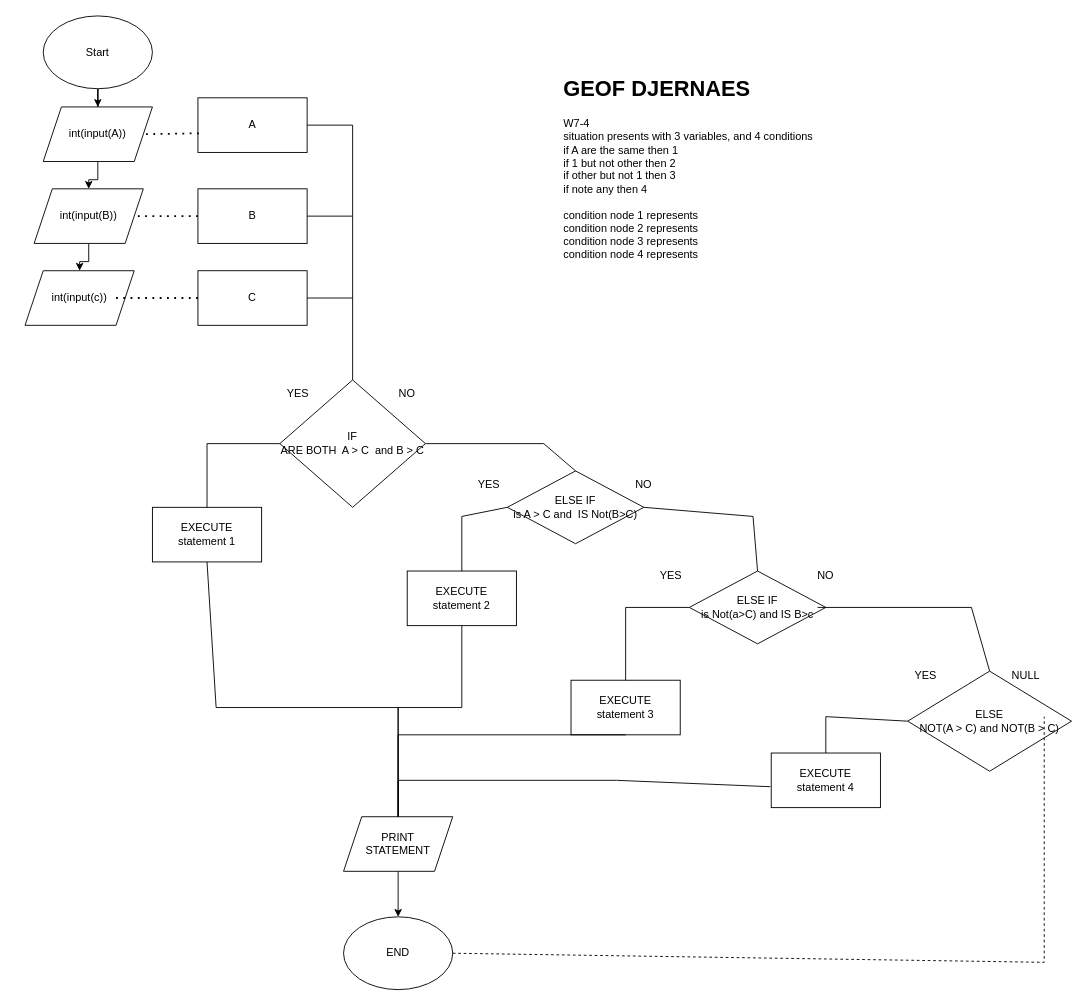
Transtirlant/student---csv11 keeps this draw.io diagram as w7-4.drawio. Above is the earlier version. Source tidied: cells renumbered, new cells numbered last; positions are measured from the earlier drawing's top-left corner, leaving out a move shared by most shapes. Both pictures are drawn from the tidied source at 91%, with x=0, y=0 at pixel (25, 15).
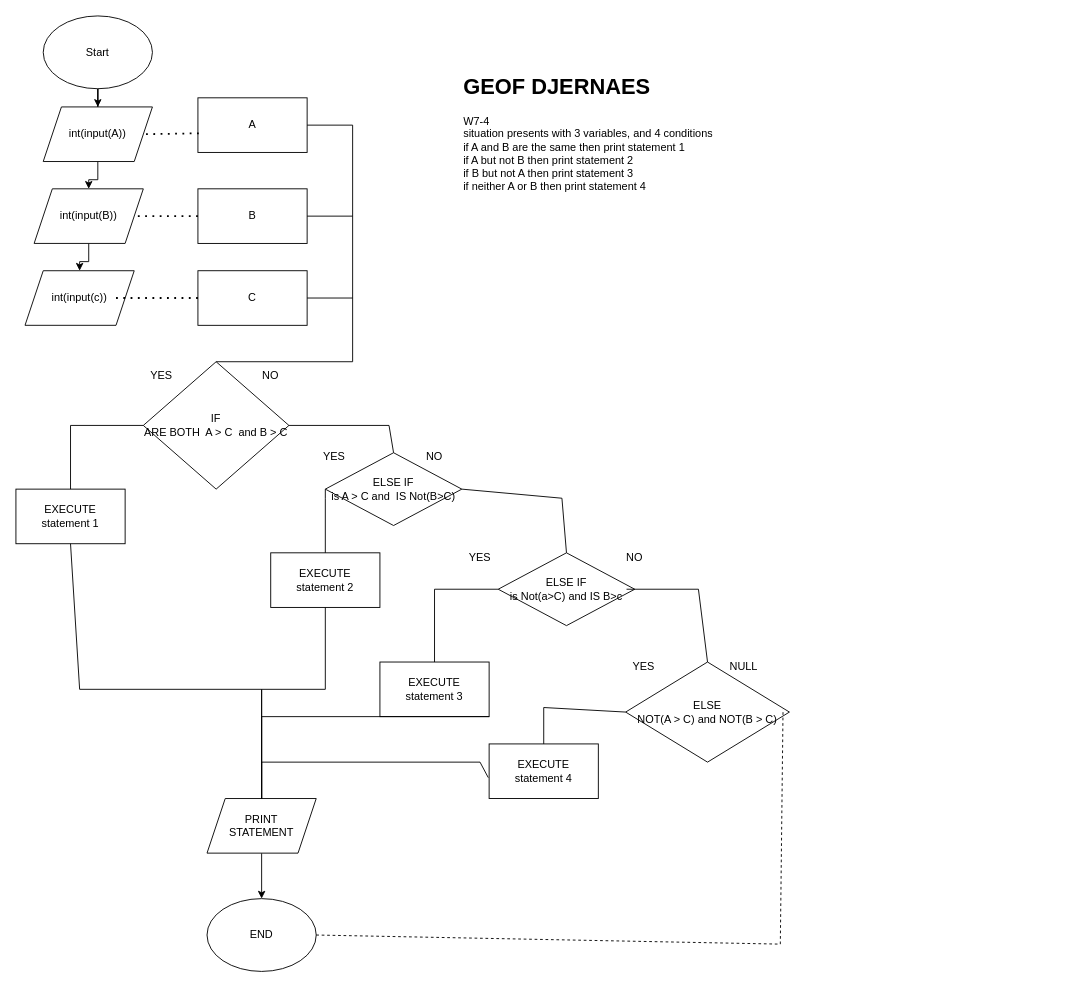
The same page after the edit.

Unchanged cells that the change refers to:
```xml
<mxCell id="14" value="A" style="rounded=0;whiteSpace=wrap;html=1;" parent="1" vertex="1">
  <mxGeometry x="190" y="90" width="120" height="60" as="geometry" />
</mxCell>
```

Diff of the diagram source:
```diff
@@
     <mxCell id="4" value="END" style="ellipse;whiteSpace=wrap;html=1;" parent="1" vertex="1">
-      <mxGeometry x="350" y="990" width="120" height="80" as="geometry" />
+      <mxGeometry x="200" y="970" width="120" height="80" as="geometry" />
     </mxCell>
     <mxCell id="5" value="&lt;div&gt;&lt;span style=&quot;background-color: transparent; color: light-dark(rgb(0, 0, 0), rgb(255, 255, 255));&quot;&gt;IF&lt;/span&gt;&lt;/div&gt;&lt;div&gt;&lt;span style=&quot;background-color: transparent; color: light-dark(rgb(0, 0, 0), rgb(255, 255, 255));&quot;&gt;ARE BOTH&amp;nbsp; A &amp;gt; C&amp;nbsp; and B &amp;gt; C&lt;/span&gt;&lt;/div&gt;" style="rhombus;whiteSpace=wrap;html=1;" parent="1" vertex="1">
-      <mxGeometry x="280" y="400" width="160" height="140" as="geometry" />
+      <mxGeometry x="130" y="380" width="160" height="140" as="geometry" />
     </mxCell>
     <mxCell id="6" value="&lt;div&gt;EXECUTE&lt;/div&gt;statement 3" style="rounded=0;whiteSpace=wrap;html=1;" parent="1" vertex="1">
-      <mxGeometry x="600" y="730" width="120" height="60" as="geometry" />
+      <mxGeometry x="390" y="710" width="120" height="60" as="geometry" />
     </mxCell>
     <mxCell id="7" value="&lt;div&gt;EXECUTE&lt;/div&gt;statement 2" style="rounded=0;whiteSpace=wrap;html=1;" parent="1" vertex="1">
-      <mxGeometry x="420" y="610" width="120" height="60" as="geometry" />
+      <mxGeometry x="270" y="590" width="120" height="60" as="geometry" />
     </mxCell>
     <mxCell id="8" value="&lt;div&gt;EXECUTE&lt;/div&gt;statement 1" style="rounded=0;whiteSpace=wrap;html=1;" parent="1" vertex="1">
-      <mxGeometry x="140" y="540" width="120" height="60" as="geometry" />
+      <mxGeometry x="-10" y="520" width="120" height="60" as="geometry" />
     </mxCell>
     <mxCell id="9" value="&lt;div&gt;EXECUTE&lt;/div&gt;statement 4" style="rounded=0;whiteSpace=wrap;html=1;" parent="1" vertex="1">
-      <mxGeometry x="820" y="810" width="120" height="60" as="geometry" />
+      <mxGeometry x="510" y="800" width="120" height="60" as="geometry" />
     </mxCell>
     <mxCell id="10" value="&lt;div&gt;ELSE IF&lt;/div&gt;is A &amp;gt; C and&amp;nbsp; IS Not(B&amp;gt;C)" style="rhombus;whiteSpace=wrap;html=1;" parent="1" vertex="1">
-      <mxGeometry x="530" y="500" width="150" height="80" as="geometry" />
+      <mxGeometry x="330" y="480" width="150" height="80" as="geometry" />
     </mxCell>
     <mxCell id="11" value="&lt;div&gt;ELSE IF&lt;/div&gt;is Not(a&amp;gt;C) and IS B&amp;gt;c" style="rhombus;whiteSpace=wrap;html=1;" parent="1" vertex="1">
-      <mxGeometry x="730" y="610" width="150" height="80" as="geometry" />
+      <mxGeometry x="520" y="590" width="150" height="80" as="geometry" />
     </mxCell>
     <mxCell id="12" value="&lt;div&gt;ELSE&lt;/div&gt;NOT(A &amp;gt; C) and NOT(B &amp;gt; C)" style="rhombus;whiteSpace=wrap;html=1;" parent="1" vertex="1">
-      <mxGeometry x="970" y="720" width="180" height="110" as="geometry" />
+      <mxGeometry x="660" y="710" width="180" height="110" as="geometry" />
     </mxCell>
@@
     <mxCell id="19" value="YES" style="text;html=1;align=center;verticalAlign=middle;whiteSpace=wrap;rounded=0;" parent="1" vertex="1">
-      <mxGeometry x="270" y="400" width="60" height="30" as="geometry" />
+      <mxGeometry x="120" y="380" width="60" height="30" as="geometry" />
     </mxCell>
     <mxCell id="20" value="NO" style="text;html=1;align=center;verticalAlign=middle;whiteSpace=wrap;rounded=0;" parent="1" vertex="1">
-      <mxGeometry x="390" y="400" width="60" height="30" as="geometry" />
+      <mxGeometry x="240" y="380" width="60" height="30" as="geometry" />
     </mxCell>
     <mxCell id="21" value="YES" style="text;html=1;align=center;verticalAlign=middle;whiteSpace=wrap;rounded=0;" parent="1" vertex="1">
-      <mxGeometry x="480" y="500" width="60" height="30" as="geometry" />
+      <mxGeometry x="310" y="470" width="60" height="30" as="geometry" />
     </mxCell>
     <mxCell id="22" value="NO" style="text;html=1;align=center;verticalAlign=middle;whiteSpace=wrap;rounded=0;" parent="1" vertex="1">
-      <mxGeometry x="650" y="500" width="60" height="30" as="geometry" />
+      <mxGeometry x="420" y="470" width="60" height="30" as="geometry" />
     </mxCell>
     <mxCell id="23" value="YES" style="text;html=1;align=center;verticalAlign=middle;whiteSpace=wrap;rounded=0;" parent="1" vertex="1">
-      <mxGeometry x="680" y="600" width="60" height="30" as="geometry" />
+      <mxGeometry x="470" y="580" width="60" height="30" as="geometry" />
     </mxCell>
     <mxCell id="24" value="NO" style="text;html=1;align=center;verticalAlign=middle;whiteSpace=wrap;rounded=0;" parent="1" vertex="1">
-      <mxGeometry x="850" y="600" width="60" height="30" as="geometry" />
+      <mxGeometry x="640" y="580" width="60" height="30" as="geometry" />
     </mxCell>
     <mxCell id="25" value="YES" style="text;html=1;align=center;verticalAlign=middle;whiteSpace=wrap;rounded=0;" parent="1" vertex="1">
-      <mxGeometry x="960" y="710" width="60" height="30" as="geometry" />
+      <mxGeometry x="650" y="700" width="60" height="30" as="geometry" />
     </mxCell>
     <mxCell id="26" value="NULL" style="text;html=1;align=center;verticalAlign=middle;whiteSpace=wrap;rounded=0;" parent="1" vertex="1">
-      <mxGeometry x="1070" y="710" width="60" height="30" as="geometry" />
+      <mxGeometry x="760" y="700" width="60" height="30" as="geometry" />
     </mxCell>
     <mxCell id="27" style="endArrow=none;html=1;rounded=0;entryX=0;entryY=0.5;entryDx=0;entryDy=0;exitX=0.5;exitY=0;exitDx=0;exitDy=0;" parent="1" edge="1" source="8" target="5">
       <mxGeometry relative="1" as="geometry">
         <Array as="points">
-          <mxPoint x="200" y="470" />
+          <mxPoint x="50" y="450" />
         </Array>
       </mxGeometry>
     </mxCell>
     <mxCell id="28" style="endArrow=none;html=1;rounded=0;exitX=0.5;exitY=0;exitDx=0;exitDy=0;entryX=0;entryY=0.5;entryDx=0;entryDy=0;" parent="1" edge="1" source="7" target="10">
       <mxGeometry relative="1" as="geometry">
         <Array as="points">
-          <mxPoint x="480" y="550" />
+          <mxPoint x="330" y="530" />
         </Array>
       </mxGeometry>
     </mxCell>
     <mxCell id="29" style="endArrow=none;html=1;rounded=0;entryX=0;entryY=0.5;entryDx=0;entryDy=0;exitX=0.5;exitY=0;exitDx=0;exitDy=0;" parent="1" edge="1" source="6" target="11">
       <mxGeometry relative="1" as="geometry">
         <Array as="points">
-          <mxPoint x="660" y="650" />
+          <mxPoint x="450" y="630" />
         </Array>
       </mxGeometry>
     </mxCell>
     <mxCell id="30" style="endArrow=none;html=1;rounded=0;entryX=0;entryY=0.5;entryDx=0;entryDy=0;exitX=0.5;exitY=0;exitDx=0;exitDy=0;" parent="1" edge="1" source="9" target="12">
       <mxGeometry relative="1" as="geometry">
         <Array as="points">
-          <mxPoint x="880" y="770" />
+          <mxPoint x="570" y="760" />
         </Array>
       </mxGeometry>
     </mxCell>
     <mxCell id="31" style="endArrow=none;html=1;rounded=0;exitX=0.5;exitY=0;exitDx=0;exitDy=0;entryX=0.5;entryY=0;entryDx=0;entryDy=0;" parent="1" edge="1" target="10">
       <mxGeometry relative="1" as="geometry">
-        <mxPoint x="440" y="470" as="sourcePoint" />
+        <mxPoint x="290" y="450" as="sourcePoint" />
         <Array as="points">
-          <mxPoint x="570" y="470" />
+          <mxPoint x="400" y="450" />
         </Array>
       </mxGeometry>
     </mxCell>
     <mxCell id="32" style="endArrow=none;html=1;rounded=0;entryX=0.5;entryY=0;entryDx=0;entryDy=0;exitX=1;exitY=0.5;exitDx=0;exitDy=0;" parent="1" edge="1" source="10" target="11">
       <mxGeometry relative="1" as="geometry">
         <Array as="points">
-          <mxPoint x="800" y="550" />
+          <mxPoint x="590" y="530" />
         </Array>
       </mxGeometry>
     </mxCell>
     <mxCell id="33" style="endArrow=none;html=1;rounded=0;entryX=0.5;entryY=0;entryDx=0;entryDy=0;exitX=0.94;exitY=0.5;exitDx=0;exitDy=0;exitPerimeter=0;" parent="1" edge="1" source="11" target="12">
       <mxGeometry relative="1" as="geometry">
         <Array as="points">
-          <mxPoint x="1040" y="650" />
+          <mxPoint x="740" y="630" />
         </Array>
       </mxGeometry>
     </mxCell>
@@
-    <mxCell id="36" style="endArrow=none;dashed=1;html=1;rounded=0;exitX=1;exitY=0.5;exitDx=0;exitDy=0;" parent="1" edge="1" source="4">
+    <mxCell id="36" style="endArrow=none;dashed=1;html=1;rounded=0;exitX=1;exitY=0.5;exitDx=0;exitDy=0;entryX=0.961;entryY=0.473;entryDx=0;entryDy=0;entryPerimeter=0;" parent="1" edge="1" source="4" target="12">
       <mxGeometry relative="1" as="geometry">
-        <mxPoint x="1120" y="770" as="targetPoint" />
         <Array as="points">
-          <mxPoint x="1120" y="1040" />
+          <mxPoint x="830" y="1020" />
         </Array>
       </mxGeometry>
     </mxCell>
@@
     <mxCell id="38" value="PRINT&lt;div&gt;STATEMENT&lt;/div&gt;" style="shape=parallelogram;perimeter=parallelogramPerimeter;whiteSpace=wrap;html=1;fixedSize=1;" parent="1" vertex="1">
-      <mxGeometry x="350" y="880" width="120" height="60" as="geometry" />
+      <mxGeometry x="200" y="860" width="120" height="60" as="geometry" />
     </mxCell>
     <mxCell id="39" style="endArrow=none;html=1;rounded=0;entryX=0.5;entryY=1;entryDx=0;entryDy=0;exitX=0.5;exitY=0;exitDx=0;exitDy=0;" parent="1" edge="1" source="38" target="8">
       <mxGeometry relative="1" as="geometry">
         <Array as="points">
-          <mxPoint x="410" y="760" />
-          <mxPoint x="210" y="760" />
+          <mxPoint x="260" y="740" />
+          <mxPoint x="60" y="740" />
         </Array>
       </mxGeometry>
     </mxCell>
     <mxCell id="40" style="endArrow=none;html=1;rounded=0;entryX=0.5;entryY=1;entryDx=0;entryDy=0;exitX=0.5;exitY=0;exitDx=0;exitDy=0;" parent="1" edge="1" source="38" target="7">
       <mxGeometry relative="1" as="geometry">
         <Array as="points">
-          <mxPoint x="410" y="760" />
-          <mxPoint x="480" y="760" />
+          <mxPoint x="260" y="740" />
+          <mxPoint x="330" y="740" />
         </Array>
       </mxGeometry>
     </mxCell>
     <mxCell id="41" style="endArrow=none;html=1;rounded=0;exitX=0.5;exitY=0;exitDx=0;exitDy=0;" parent="1" edge="1" source="38">
       <mxGeometry relative="1" as="geometry">
-        <mxPoint x="660" y="790" as="targetPoint" />
+        <mxPoint x="510" y="770" as="targetPoint" />
         <Array as="points">
-          <mxPoint x="410" y="790" />
+          <mxPoint x="260" y="770" />
         </Array>
       </mxGeometry>
     </mxCell>
     <mxCell id="42" style="endArrow=none;html=1;rounded=0;exitX=0.5;exitY=0;exitDx=0;exitDy=0;entryX=-0.008;entryY=0.617;entryDx=0;entryDy=0;entryPerimeter=0;" parent="1" edge="1" source="38" target="9">
       <mxGeometry relative="1" as="geometry">
         <Array as="points">
-          <mxPoint x="410" y="840" />
-          <mxPoint x="650" y="840" />
+          <mxPoint x="260" y="820" />
+          <mxPoint x="500" y="820" />
         </Array>
       </mxGeometry>
     </mxCell>
@@
-    <mxCell id="46" style="endArrow=none;html=1;rounded=0;exitX=0.5;exitY=0;exitDx=0;exitDy=0;entryX=1;entryY=0.5;entryDx=0;entryDy=0;" parent="1" edge="1" source="5" target="14">
+    <mxCell id="46" style="endArrow=none;html=1;rounded=0;entryX=1;entryY=0.5;entryDx=0;entryDy=0;exitX=0.5;exitY=0;exitDx=0;exitDy=0;" parent="1" edge="1" source="5" target="14">
       <mxGeometry relative="1" as="geometry">
         <Array as="points">
+          <mxPoint x="360" y="380" />
           <mxPoint x="360" y="120" />
         </Array>
       </mxGeometry>
     </mxCell>
@@
-    <mxCell id="49" value="&lt;h1 style=&quot;margin-top: 0px;&quot;&gt;GEOF DJERNAES&lt;/h1&gt;&lt;div&gt;W7-4&lt;/div&gt;&lt;div&gt;situation presents with 3 variables, and 4 conditions&lt;/div&gt;&lt;div&gt;if A are the same then 1&lt;/div&gt;&lt;div&gt;if 1 but not other then 2&lt;/div&gt;&lt;div&gt;if other but not 1 then 3&lt;/div&gt;&lt;div&gt;if note any then 4&lt;/div&gt;&lt;div&gt;&lt;br&gt;&lt;/div&gt;&lt;div&gt;condition node 1 represents&amp;nbsp;&lt;/div&gt;&lt;div&gt;&lt;div&gt;condition node 2 represents&amp;nbsp;&lt;/div&gt;&lt;div&gt;&lt;div&gt;condition node 3 represents&amp;nbsp;&lt;/div&gt;&lt;div&gt;&lt;div&gt;condition node 4 represents&amp;nbsp;&lt;/div&gt;&lt;div&gt;&lt;br&gt;&lt;/div&gt;&lt;/div&gt;&lt;/div&gt;&lt;/div&gt;" style="text;html=1;whiteSpace=wrap;overflow=hidden;rounded=0;" parent="1" vertex="1">
-      <mxGeometry x="590" y="60" width="440" height="260" as="geometry" />
+    <mxCell id="49" value="&lt;h1 style=&quot;margin-top: 0px;&quot;&gt;GEOF DJERNAES&lt;/h1&gt;&lt;div&gt;W7-4&lt;/div&gt;&lt;div&gt;situation presents with 3 variables, and 4 conditions&lt;/div&gt;&lt;div&gt;if A and B are the same then print statement 1&lt;/div&gt;&lt;div&gt;if A but not B then print statement 2&lt;/div&gt;&lt;div&gt;if B but not A then print statement 3&lt;/div&gt;&lt;div&gt;&lt;span style=&quot;background-color: transparent; color: light-dark(rgb(0, 0, 0), rgb(255, 255, 255));&quot;&gt;if neither A or B then print statement 4&lt;/span&gt;&lt;/div&gt;&lt;div&gt;&lt;br&gt;&lt;/div&gt;&lt;div&gt;&lt;div&gt;&lt;div&gt;&lt;div&gt;&lt;br&gt;&lt;/div&gt;&lt;/div&gt;&lt;/div&gt;&lt;/div&gt;" style="text;html=1;whiteSpace=wrap;overflow=hidden;rounded=0;" parent="1" vertex="1">
+      <mxGeometry x="480" y="57" width="290" height="163" as="geometry" />
     </mxCell>
```
